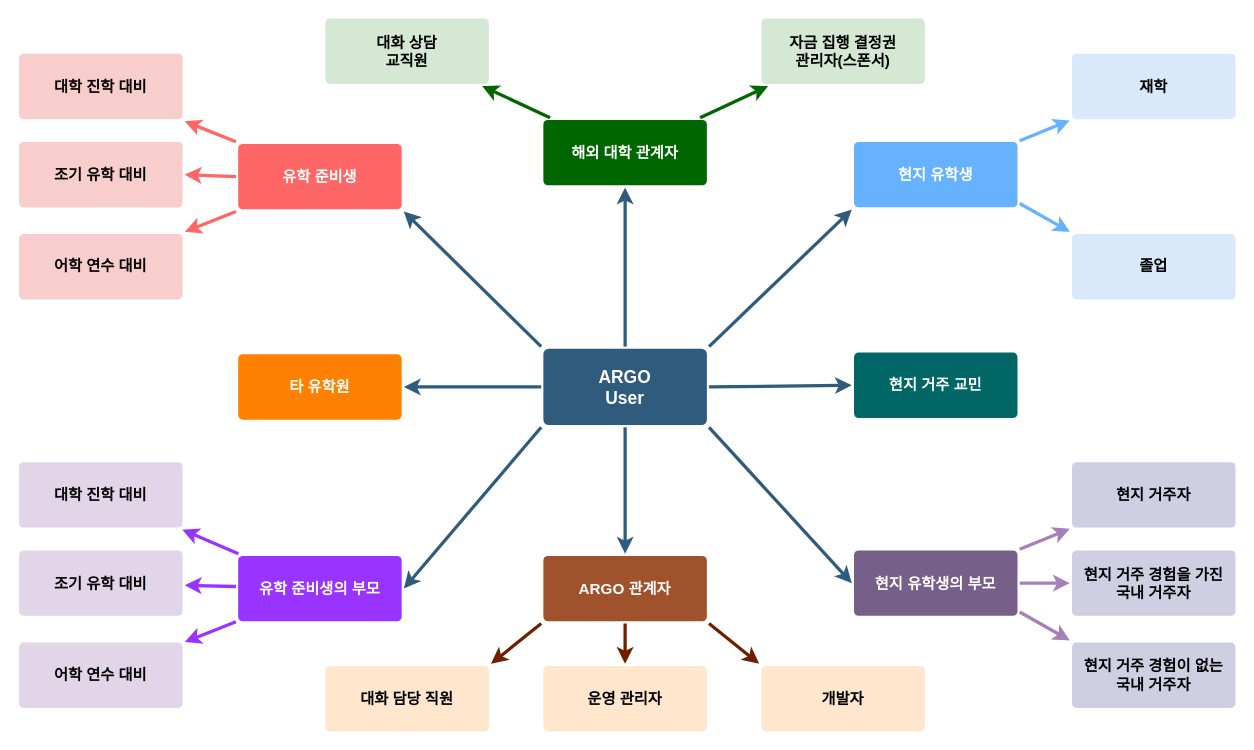
Above: userDefine.drawio in to9passion/preprocessingARGO (draw.io), before the change. Source tidied: cells renumbered, new cells numbered last; positions are measured from the earlier drawing's top-left corner, leaving out a move shared by most shapes. Both pictures are drawn from the tidied source at 109%, with x=0, y=0 at pixel (19, 19).
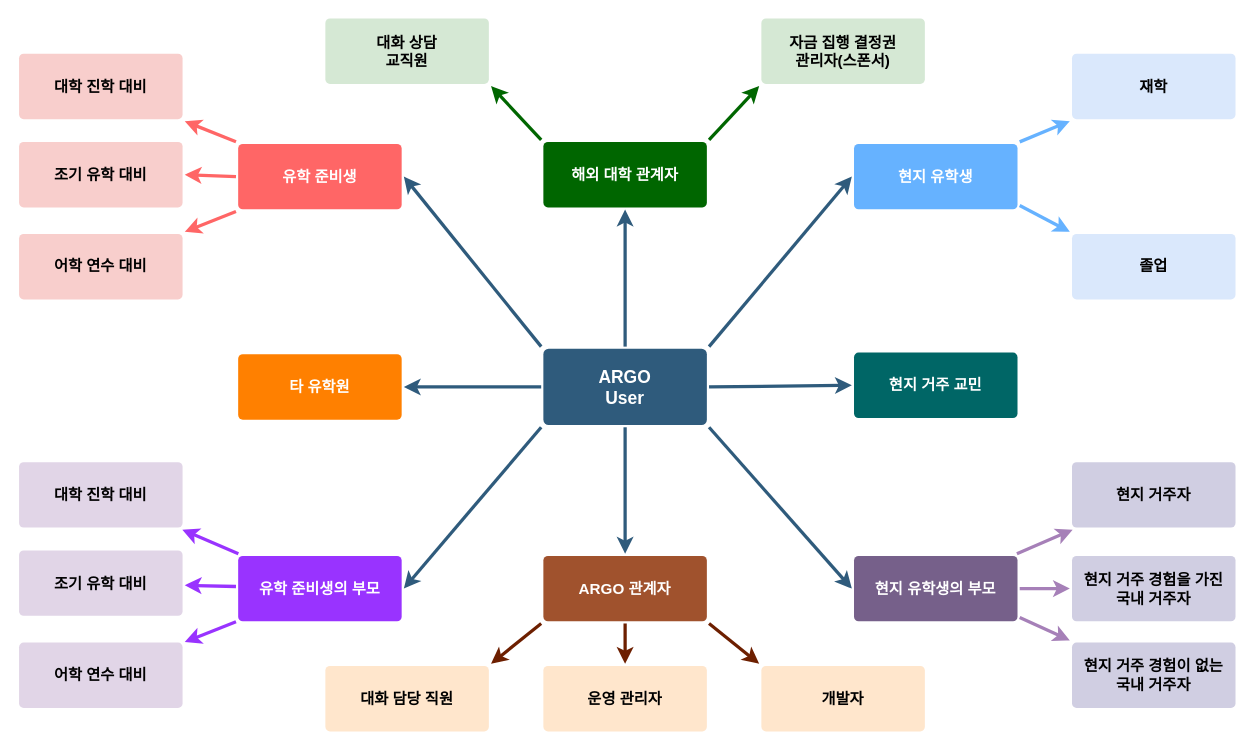
The same diagram, later.

Unchanged cells that the change refers to:
```xml
<mxCell id="6" value="ARGO&lt;br&gt;User" style="rounded=1;whiteSpace=wrap;html=1;shadow=0;labelBackgroundColor=none;strokeColor=none;strokeWidth=3;fillColor=#2F5B7C;fontFamily=Helvetica;fontSize=16;fontColor=#FFFFFF;align=center;fontStyle=1;spacing=5;arcSize=7;perimeterSpacing=2;" parent="1" vertex="1">
  <mxGeometry x="481" y="302.5" width="150" height="70" as="geometry" />
</mxCell>
<mxCell id="22" value="자금 집행 결정권&lt;br&gt;관리자(스폰서)" style="rounded=1;whiteSpace=wrap;html=1;shadow=0;labelBackgroundColor=none;strokeColor=none;strokeWidth=3;fillColor=#d5e8d4;fontFamily=Helvetica;fontSize=14;align=center;spacing=5;arcSize=7;perimeterSpacing=2;fontStyle=1;" parent="1" vertex="1">
  <mxGeometry x="681" y="-0.5" width="150" height="60" as="geometry" />
</mxCell>
<mxCell id="24" value="대화 상담&lt;br&gt;교직원" style="rounded=1;whiteSpace=wrap;html=1;shadow=0;labelBackgroundColor=none;strokeColor=none;strokeWidth=3;fillColor=#d5e8d4;fontFamily=Helvetica;fontSize=14;align=center;spacing=5;arcSize=7;perimeterSpacing=2;fontStyle=1;" parent="1" vertex="1">
  <mxGeometry x="281" y="-0.5" width="150" height="60" as="geometry" />
</mxCell>
<mxCell id="35" value="유학 준비생" style="rounded=1;whiteSpace=wrap;html=1;shadow=0;labelBackgroundColor=none;strokeColor=none;strokeWidth=3;fillColor=#FF6666;fontFamily=Helvetica;fontSize=14;fontColor=#FFFFFF;align=center;spacing=5;fontStyle=1;arcSize=7;perimeterSpacing=2;" parent="1" vertex="1">
  <mxGeometry x="201" y="114.5" width="150" height="60" as="geometry" />
</mxCell>
```

The edit, as a diff of the source:
```diff
@@
     <mxCell id="21" value="해외 대학 관계자" style="rounded=1;whiteSpace=wrap;html=1;shadow=0;labelBackgroundColor=none;strokeColor=none;strokeWidth=3;fillColor=#006600;fontFamily=Helvetica;fontSize=14;fontColor=#FFFFFF;align=center;spacing=5;fontStyle=1;arcSize=7;perimeterSpacing=2;" parent="1" vertex="1">
-      <mxGeometry x="481" y="92.5" width="150" height="60" as="geometry" />
+      <mxGeometry x="481" y="112.8" width="150" height="60" as="geometry" />
     </mxCell>
@@
-    <mxCell id="23" style="edgeStyle=none;rounded=0;jumpStyle=none;html=1;shadow=0;labelBackgroundColor=none;startArrow=none;startFill=0;endArrow=classic;endFill=1;jettySize=auto;strokeColor=#006600;strokeWidth=3;fontFamily=Helvetica;fontSize=14;fontColor=#FFFFFF;spacing=5;" parent="1" edge="1" source="21" target="22">
+    <mxCell id="23" style="edgeStyle=none;rounded=0;jumpStyle=none;html=1;shadow=0;labelBackgroundColor=none;startArrow=none;startFill=0;endArrow=classic;endFill=1;jettySize=auto;strokeColor=#006600;strokeWidth=3;fontFamily=Helvetica;fontSize=14;fontColor=#FFFFFF;spacing=5;entryX=0;entryY=1;entryDx=0;entryDy=0;exitX=1;exitY=0;exitDx=0;exitDy=0;" parent="1" edge="1" source="21" target="22">
       <mxGeometry relative="1" as="geometry" />
     </mxCell>
@@
-    <mxCell id="25" style="edgeStyle=none;rounded=0;jumpStyle=none;html=1;shadow=0;labelBackgroundColor=none;startArrow=none;startFill=0;endArrow=classic;endFill=1;jettySize=auto;strokeColor=#006600;strokeWidth=3;fontFamily=Helvetica;fontSize=14;fontColor=#FFFFFF;spacing=5;" parent="1" edge="1" source="21" target="24">
+    <mxCell id="25" style="edgeStyle=none;rounded=0;jumpStyle=none;html=1;shadow=0;labelBackgroundColor=none;startArrow=none;startFill=0;endArrow=classic;endFill=1;jettySize=auto;strokeColor=#006600;strokeWidth=3;fontFamily=Helvetica;fontSize=14;fontColor=#FFFFFF;spacing=5;entryX=1;entryY=1;entryDx=0;entryDy=0;exitX=0;exitY=0;exitDx=0;exitDy=0;" parent="1" edge="1" source="21" target="24">
       <mxGeometry relative="1" as="geometry" />
     </mxCell>
     <mxCell id="26" value="현지 유학생의 부모" style="rounded=1;whiteSpace=wrap;html=1;shadow=0;labelBackgroundColor=none;strokeColor=none;strokeWidth=3;fillColor=#76608a;fontFamily=Helvetica;fontSize=14;fontColor=#ffffff;align=center;spacing=5;fontStyle=1;arcSize=7;perimeterSpacing=2;" parent="1" vertex="1">
-      <mxGeometry x="766" y="487.5" width="150" height="60" as="geometry" />
+      <mxGeometry x="766" y="492.5" width="150" height="60" as="geometry" />
     </mxCell>
@@
     <mxCell id="29" value="현지 거주 경험을 가진&lt;br&gt;국내 거주자" style="rounded=1;whiteSpace=wrap;html=1;shadow=0;labelBackgroundColor=none;strokeColor=none;strokeWidth=3;fillColor=#d0cee2;fontFamily=Helvetica;fontSize=14;align=center;spacing=5;fontStyle=1;arcSize=7;perimeterSpacing=2;" parent="1" vertex="1">
-      <mxGeometry x="966" y="487.5" width="150" height="60" as="geometry" />
+      <mxGeometry x="966" y="492.5" width="150" height="60" as="geometry" />
     </mxCell>
@@
-    <mxCell id="42" style="edgeStyle=none;rounded=0;jumpStyle=none;html=1;shadow=0;labelBackgroundColor=none;startArrow=none;startFill=0;endArrow=classic;endFill=1;jettySize=auto;strokeColor=#2F5B7C;strokeWidth=3;fontFamily=Helvetica;fontSize=16;fontColor=#23445D;spacing=5;exitX=0;exitY=0;exitDx=0;exitDy=0;entryX=1;entryY=1;entryDx=0;entryDy=0;" parent="1" edge="1" source="6" target="35">
+    <mxCell id="42" style="edgeStyle=none;rounded=0;jumpStyle=none;html=1;shadow=0;labelBackgroundColor=none;startArrow=none;startFill=0;endArrow=classic;endFill=1;jettySize=auto;strokeColor=#2F5B7C;strokeWidth=3;fontFamily=Helvetica;fontSize=16;fontColor=#23445D;spacing=5;exitX=0;exitY=0;exitDx=0;exitDy=0;entryX=1;entryY=0.5;entryDx=0;entryDy=0;" parent="1" edge="1" source="6" target="35">
       <mxGeometry relative="1" as="geometry" />
     </mxCell>
     <mxCell id="43" value="현지 유학생" style="rounded=1;whiteSpace=wrap;html=1;shadow=0;labelBackgroundColor=none;strokeColor=none;strokeWidth=3;fillColor=#66B2FF;fontFamily=Helvetica;fontSize=14;fontColor=#FFFFFF;align=center;spacing=5;fontStyle=1;arcSize=7;perimeterSpacing=2;" parent="1" vertex="1">
-      <mxGeometry x="766" y="112.7" width="150" height="60" as="geometry" />
+      <mxGeometry x="766" y="114.5" width="150" height="60" as="geometry" />
     </mxCell>
@@
-    <mxCell id="48" style="edgeStyle=none;rounded=0;jumpStyle=none;html=1;shadow=0;labelBackgroundColor=none;startArrow=none;startFill=0;endArrow=classic;endFill=1;jettySize=auto;strokeColor=#2F5B7C;strokeWidth=3;fontFamily=Helvetica;fontSize=16;fontColor=#23445D;spacing=5;exitX=1;exitY=0;exitDx=0;exitDy=0;entryX=0;entryY=1;entryDx=0;entryDy=0;" parent="1" edge="1" source="6" target="43">
+    <mxCell id="48" style="edgeStyle=none;rounded=0;jumpStyle=none;html=1;shadow=0;labelBackgroundColor=none;startArrow=none;startFill=0;endArrow=classic;endFill=1;jettySize=auto;strokeColor=#2F5B7C;strokeWidth=3;fontFamily=Helvetica;fontSize=16;fontColor=#23445D;spacing=5;exitX=1;exitY=0;exitDx=0;exitDy=0;entryX=0;entryY=0.5;entryDx=0;entryDy=0;" parent="1" edge="1" source="6" target="43">
       <mxGeometry relative="1" as="geometry" />
     </mxCell>
```
